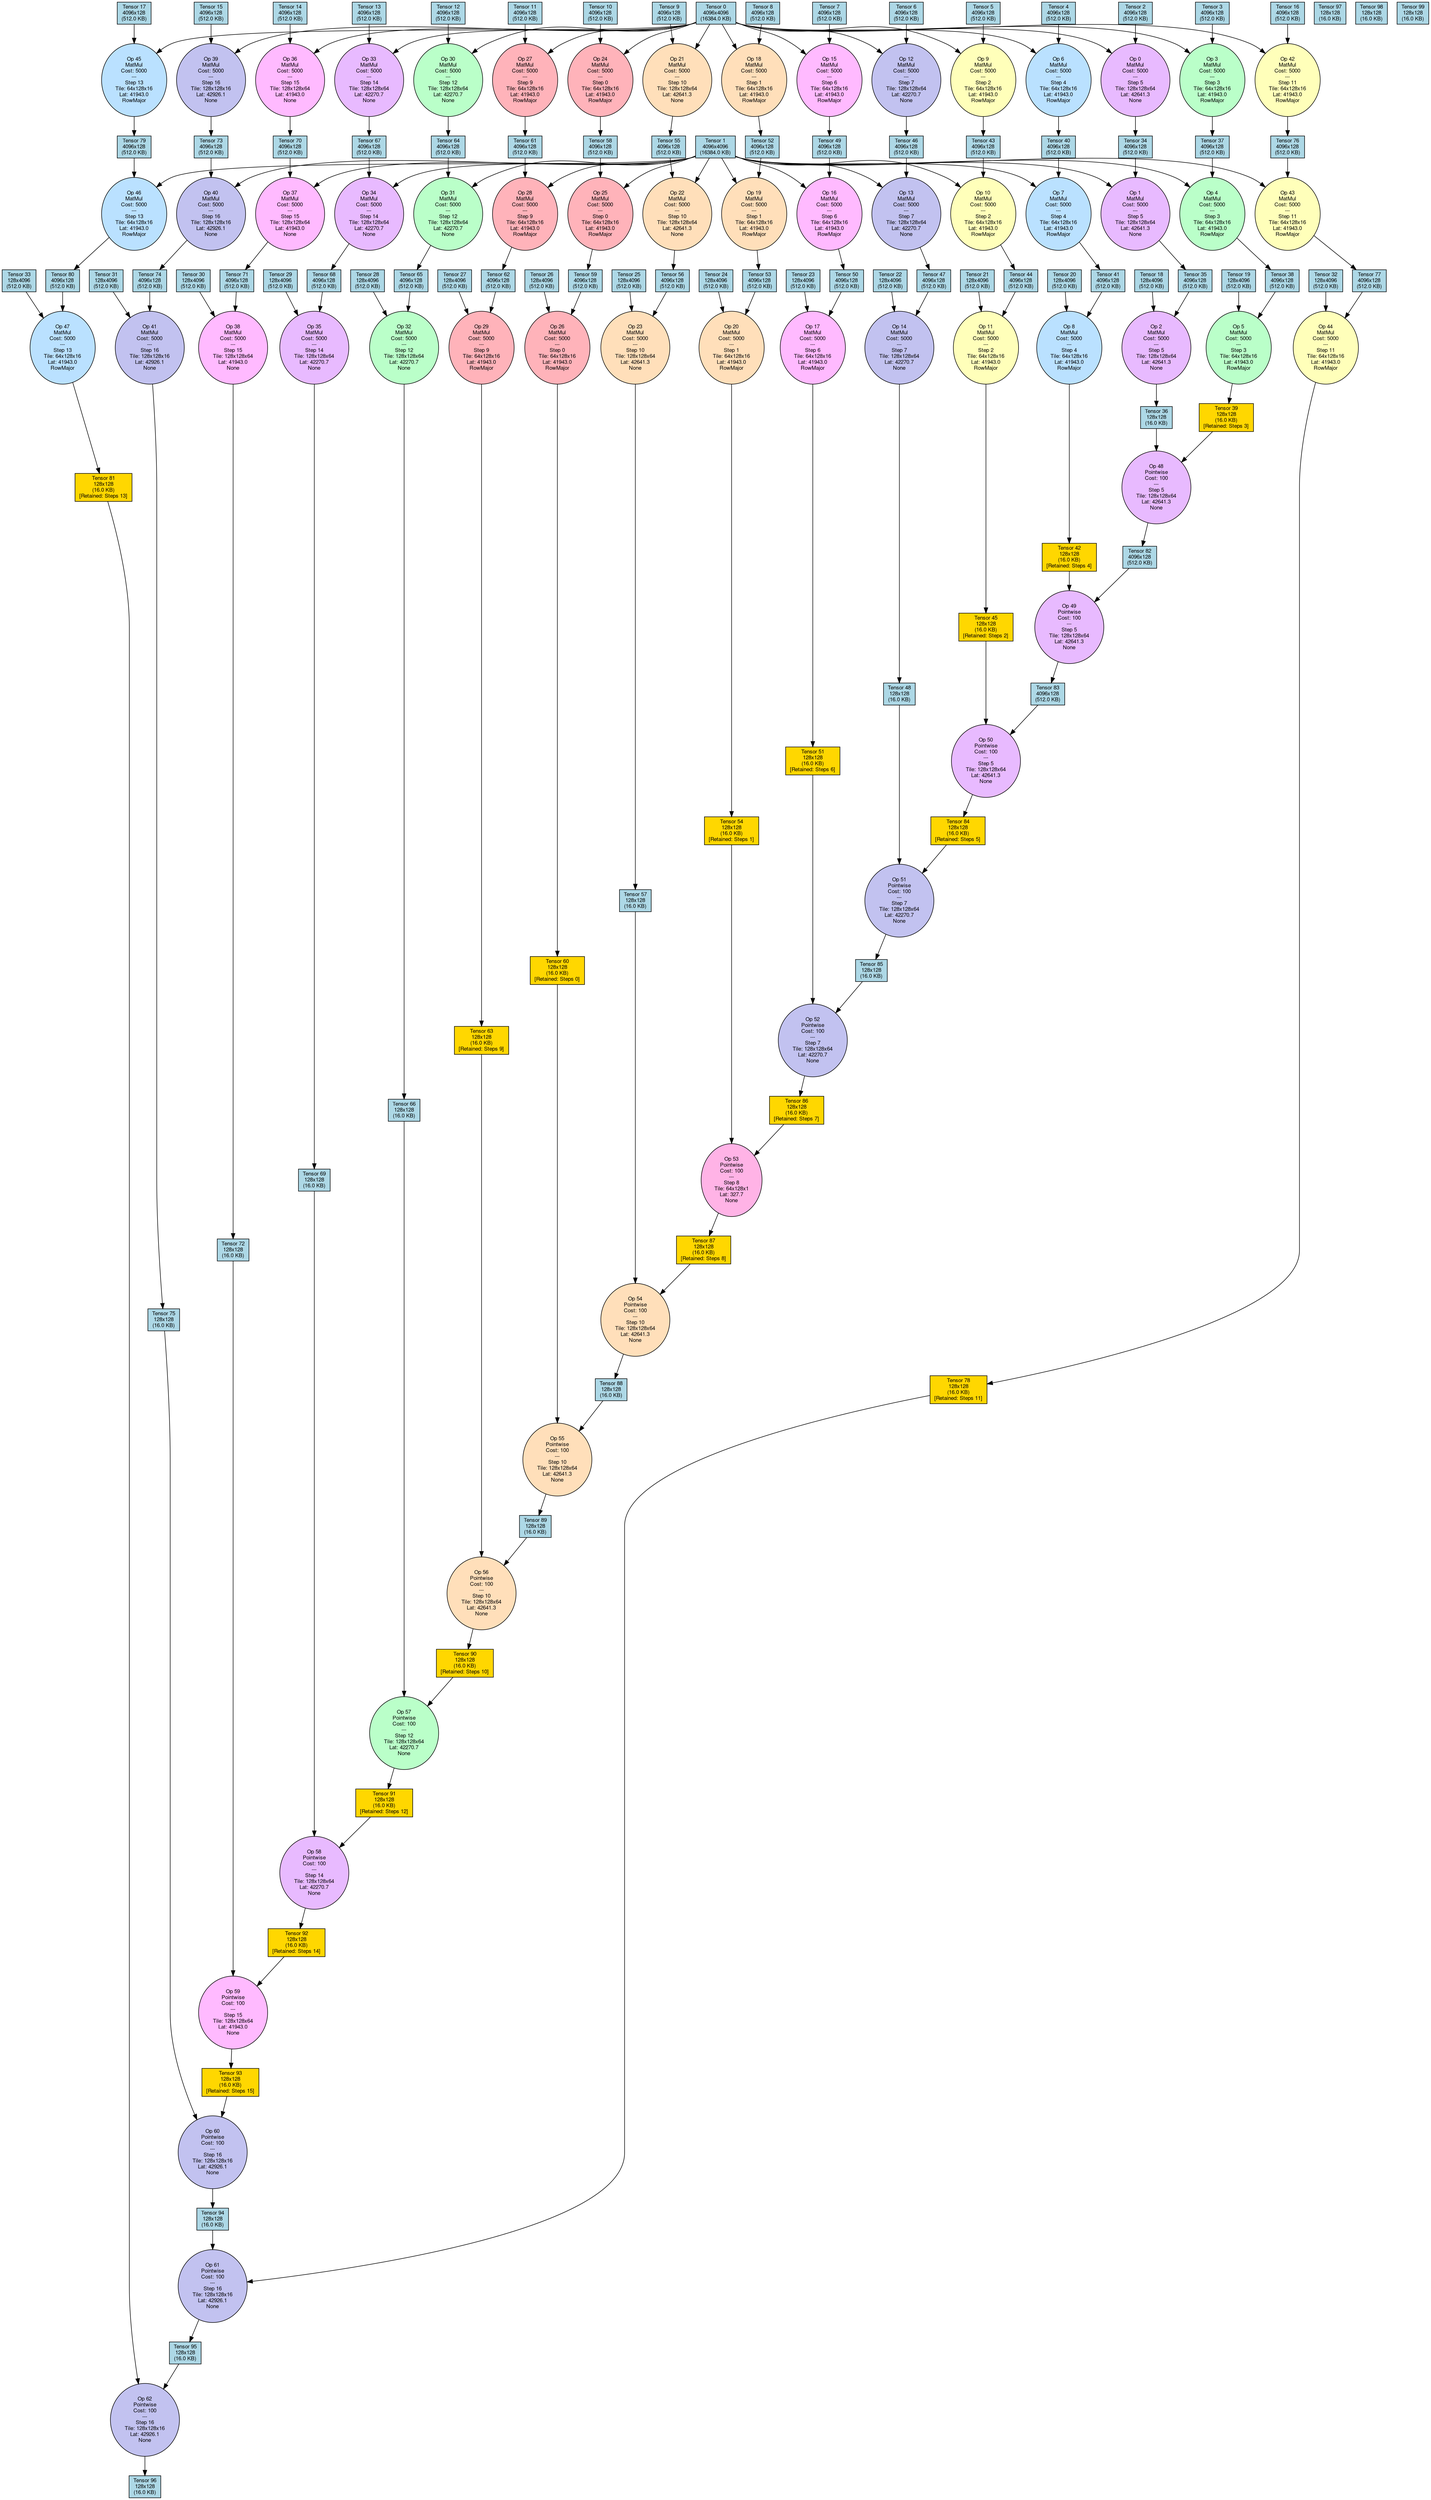
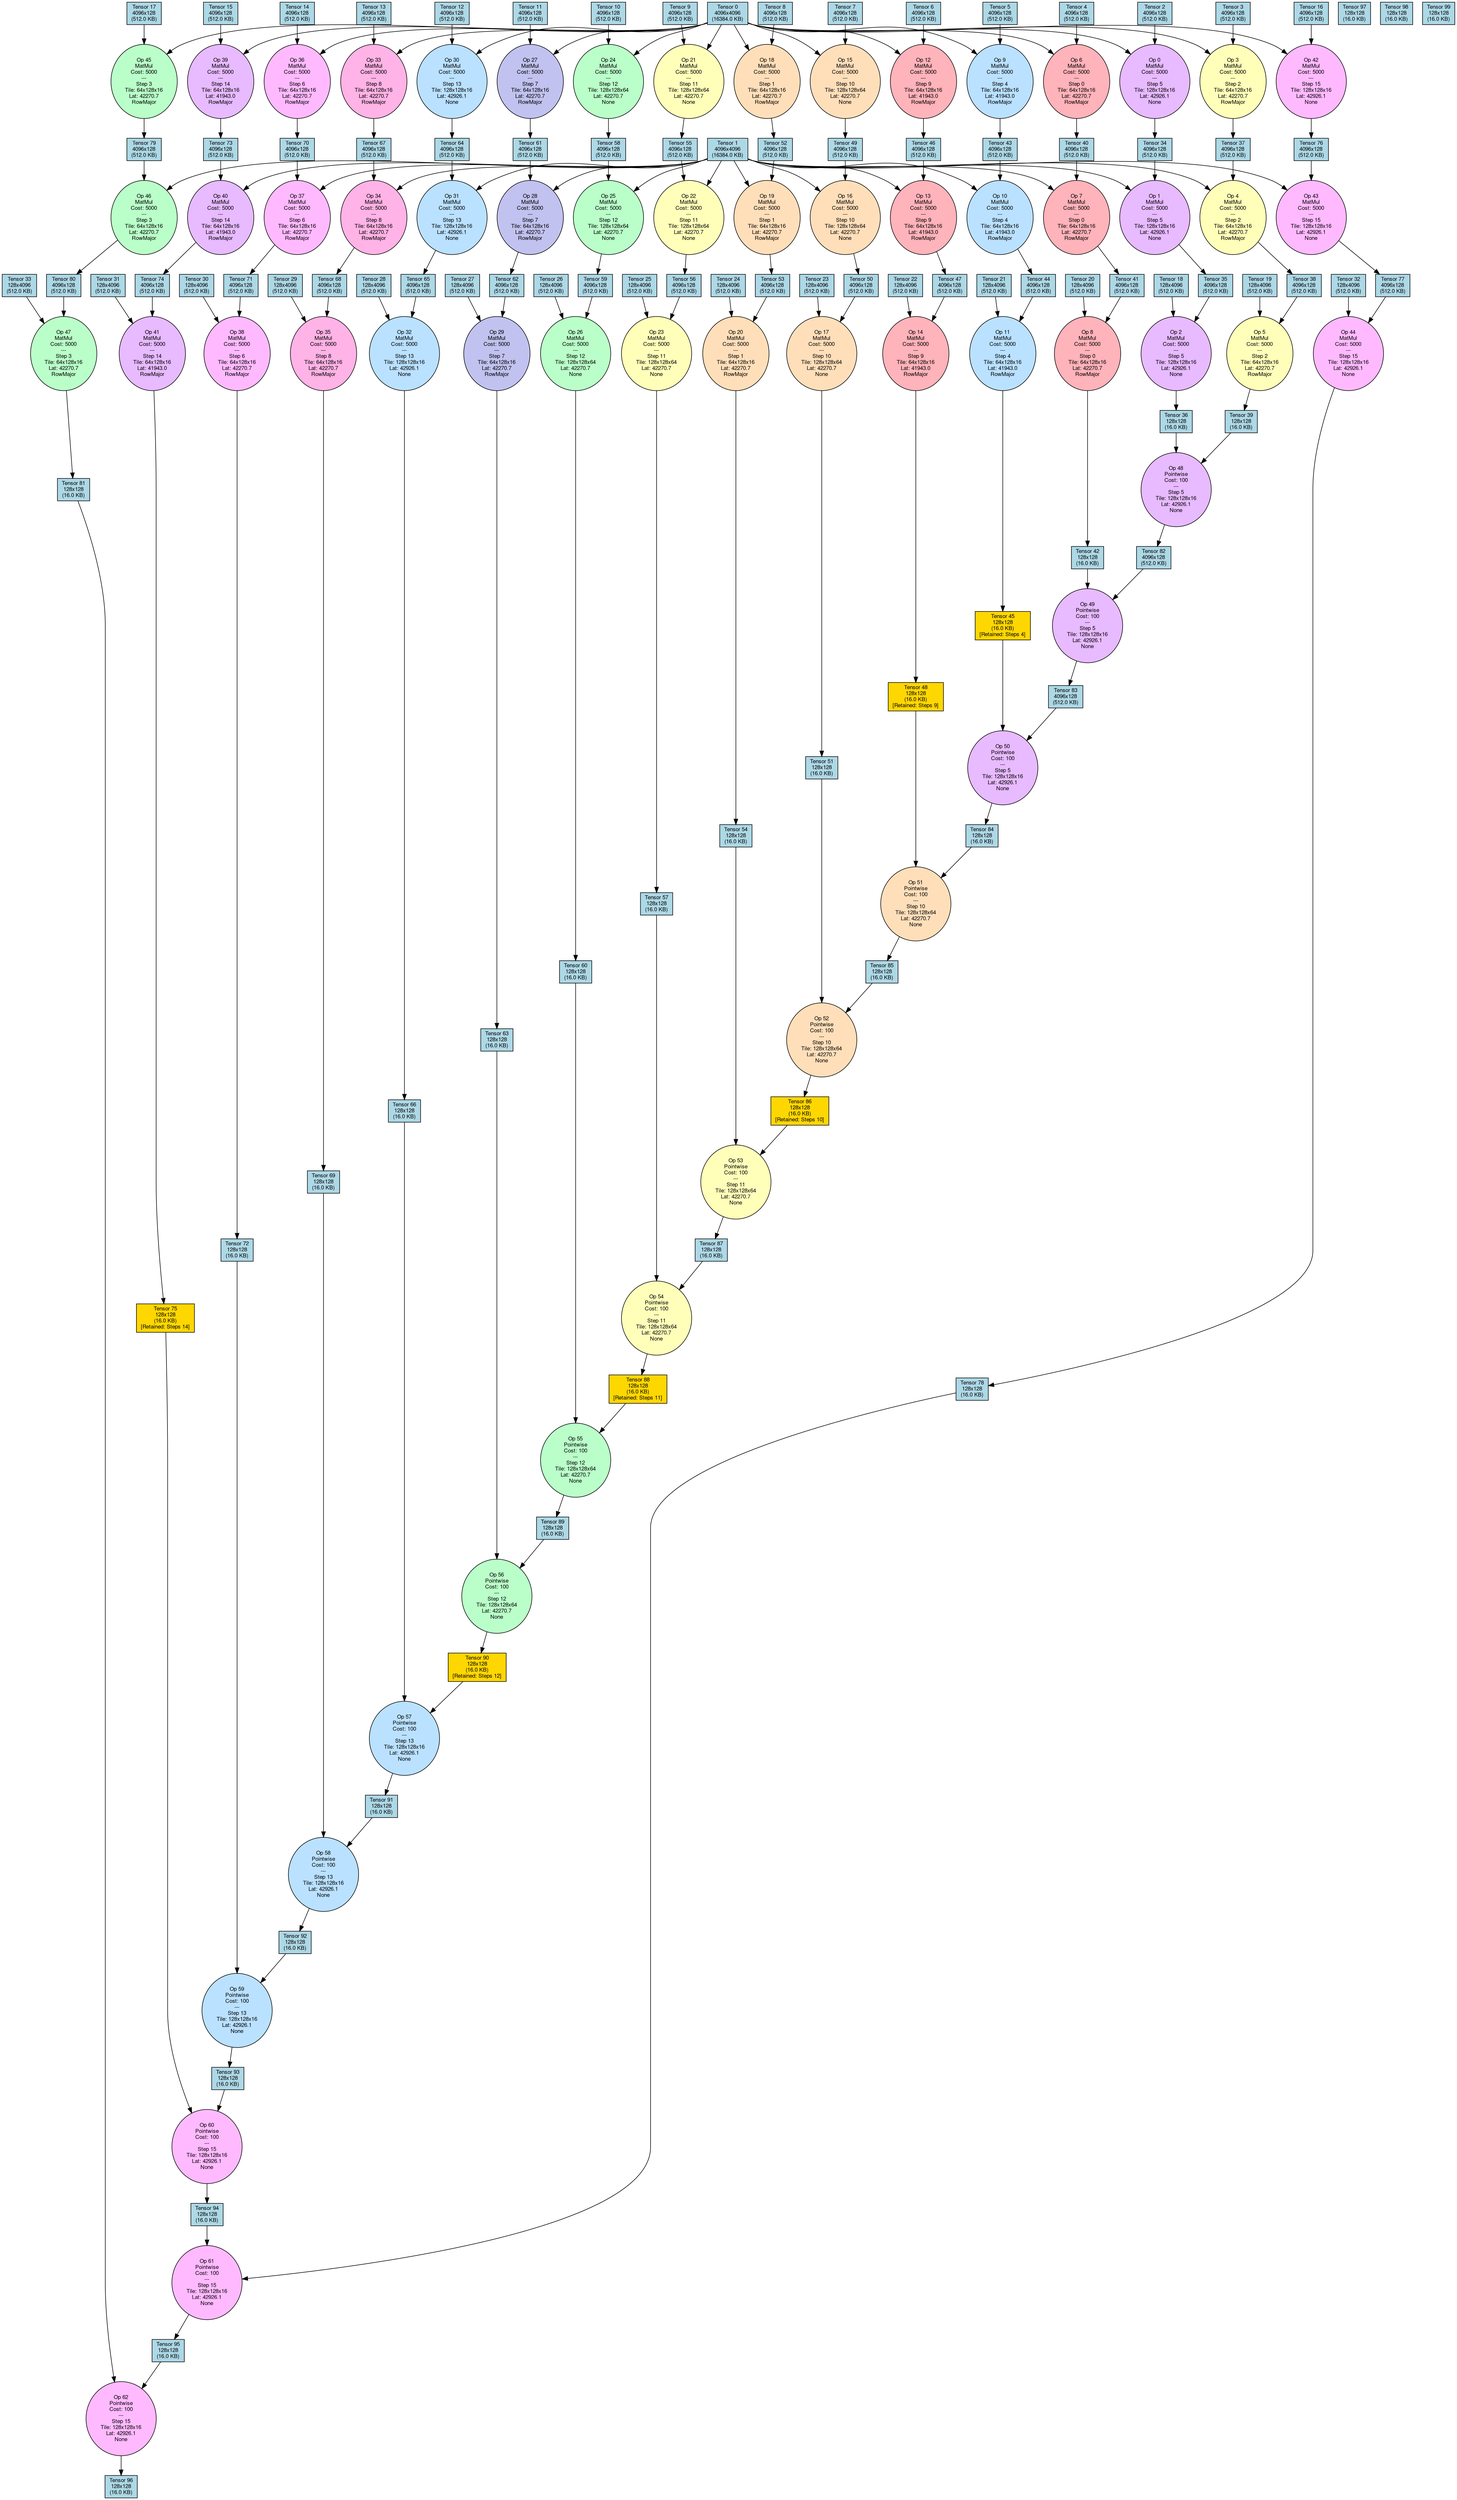
digraph Solution {
    rankdir=TB;
    node [fontname="Helvetica,Arial,sans-serif", fontsize=10];
    edge [fontname="Helvetica,Arial,sans-serif", fontsize=10];

    // --- Tensors ---
    T0 [label="Tensor 0\n4096x4096\n(16384.0 KB)", shape=box, style=filled, fillcolor=lightblue];
    T1 [label="Tensor 1\n4096x4096\n(16384.0 KB)", shape=box, style=filled, fillcolor=lightblue];
    T2 [label="Tensor 2\n4096x128\n(512.0 KB)", shape=box, style=filled, fillcolor=lightblue];
    T3 [label="Tensor 3\n4096x128\n(512.0 KB)", shape=box, style=filled, fillcolor=lightblue];
    T4 [label="Tensor 4\n4096x128\n(512.0 KB)", shape=box, style=filled, fillcolor=lightblue];
    T5 [label="Tensor 5\n4096x128\n(512.0 KB)", shape=box, style=filled, fillcolor=lightblue];
    T6 [label="Tensor 6\n4096x128\n(512.0 KB)", shape=box, style=filled, fillcolor=lightblue];
    T7 [label="Tensor 7\n4096x128\n(512.0 KB)", shape=box, style=filled, fillcolor=lightblue];
    T8 [label="Tensor 8\n4096x128\n(512.0 KB)", shape=box, style=filled, fillcolor=lightblue];
    T9 [label="Tensor 9\n4096x128\n(512.0 KB)", shape=box, style=filled, fillcolor=lightblue];
    T10 [label="Tensor 10\n4096x128\n(512.0 KB)", shape=box, style=filled, fillcolor=lightblue];
    T11 [label="Tensor 11\n4096x128\n(512.0 KB)", shape=box, style=filled, fillcolor=lightblue];
    T12 [label="Tensor 12\n4096x128\n(512.0 KB)", shape=box, style=filled, fillcolor=lightblue];
    T13 [label="Tensor 13\n4096x128\n(512.0 KB)", shape=box, style=filled, fillcolor=lightblue];
    T14 [label="Tensor 14\n4096x128\n(512.0 KB)", shape=box, style=filled, fillcolor=lightblue];
    T15 [label="Tensor 15\n4096x128\n(512.0 KB)", shape=box, style=filled, fillcolor=lightblue];
    T16 [label="Tensor 16\n4096x128\n(512.0 KB)", shape=box, style=filled, fillcolor=lightblue];
    T17 [label="Tensor 17\n4096x128\n(512.0 KB)", shape=box, style=filled, fillcolor=lightblue];
    T18 [label="Tensor 18\n128x4096\n(512.0 KB)", shape=box, style=filled, fillcolor=lightblue];
    T19 [label="Tensor 19\n128x4096\n(512.0 KB)", shape=box, style=filled, fillcolor=lightblue];
    T20 [label="Tensor 20\n128x4096\n(512.0 KB)", shape=box, style=filled, fillcolor=lightblue];
    T21 [label="Tensor 21\n128x4096\n(512.0 KB)", shape=box, style=filled, fillcolor=lightblue];
    T22 [label="Tensor 22\n128x4096\n(512.0 KB)", shape=box, style=filled, fillcolor=lightblue];
    T23 [label="Tensor 23\n128x4096\n(512.0 KB)", shape=box, style=filled, fillcolor=lightblue];
    T24 [label="Tensor 24\n128x4096\n(512.0 KB)", shape=box, style=filled, fillcolor=lightblue];
    T25 [label="Tensor 25\n128x4096\n(512.0 KB)", shape=box, style=filled, fillcolor=lightblue];
    T26 [label="Tensor 26\n128x4096\n(512.0 KB)", shape=box, style=filled, fillcolor=lightblue];
    T27 [label="Tensor 27\n128x4096\n(512.0 KB)", shape=box, style=filled, fillcolor=lightblue];
    T28 [label="Tensor 28\n128x4096\n(512.0 KB)", shape=box, style=filled, fillcolor=lightblue];
    T29 [label="Tensor 29\n128x4096\n(512.0 KB)", shape=box, style=filled, fillcolor=lightblue];
    T30 [label="Tensor 30\n128x4096\n(512.0 KB)", shape=box, style=filled, fillcolor=lightblue];
    T31 [label="Tensor 31\n128x4096\n(512.0 KB)", shape=box, style=filled, fillcolor=lightblue];
    T32 [label="Tensor 32\n128x4096\n(512.0 KB)", shape=box, style=filled, fillcolor=lightblue];
    T33 [label="Tensor 33\n128x4096\n(512.0 KB)", shape=box, style=filled, fillcolor=lightblue];
    T34 [label="Tensor 34\n4096x128\n(512.0 KB)", shape=box, style=filled, fillcolor=lightblue];
    T35 [label="Tensor 35\n4096x128\n(512.0 KB)", shape=box, style=filled, fillcolor=lightblue];
    T36 [label="Tensor 36\n128x128\n(16.0 KB)", shape=box, style=filled, fillcolor=lightblue];
    T37 [label="Tensor 37\n4096x128\n(512.0 KB)", shape=box, style=filled, fillcolor=lightblue];
    T38 [label="Tensor 38\n4096x128\n(512.0 KB)", shape=box, style=filled, fillcolor=lightblue];
-     T39 [label="Tensor 39\n128x128\n(16.0 KB)\n[Retained: Steps 3]", shape=box, style=filled, fillcolor=gold];
+     T39 [label="Tensor 39\n128x128\n(16.0 KB)", shape=box, style=filled, fillcolor=lightblue];
    T40 [label="Tensor 40\n4096x128\n(512.0 KB)", shape=box, style=filled, fillcolor=lightblue];
    T41 [label="Tensor 41\n4096x128\n(512.0 KB)", shape=box, style=filled, fillcolor=lightblue];
-     T42 [label="Tensor 42\n128x128\n(16.0 KB)\n[Retained: Steps 4]", shape=box, style=filled, fillcolor=gold];
+     T42 [label="Tensor 42\n128x128\n(16.0 KB)", shape=box, style=filled, fillcolor=lightblue];
    T43 [label="Tensor 43\n4096x128\n(512.0 KB)", shape=box, style=filled, fillcolor=lightblue];
    T44 [label="Tensor 44\n4096x128\n(512.0 KB)", shape=box, style=filled, fillcolor=lightblue];
-     T45 [label="Tensor 45\n128x128\n(16.0 KB)\n[Retained: Steps 2]", shape=box, style=filled, fillcolor=gold];
+     T45 [label="Tensor 45\n128x128\n(16.0 KB)\n[Retained: Steps 4]", shape=box, style=filled, fillcolor=gold];
    T46 [label="Tensor 46\n4096x128\n(512.0 KB)", shape=box, style=filled, fillcolor=lightblue];
    T47 [label="Tensor 47\n4096x128\n(512.0 KB)", shape=box, style=filled, fillcolor=lightblue];
-     T48 [label="Tensor 48\n128x128\n(16.0 KB)", shape=box, style=filled, fillcolor=lightblue];
+     T48 [label="Tensor 48\n128x128\n(16.0 KB)\n[Retained: Steps 9]", shape=box, style=filled, fillcolor=gold];
    T49 [label="Tensor 49\n4096x128\n(512.0 KB)", shape=box, style=filled, fillcolor=lightblue];
    T50 [label="Tensor 50\n4096x128\n(512.0 KB)", shape=box, style=filled, fillcolor=lightblue];
-     T51 [label="Tensor 51\n128x128\n(16.0 KB)\n[Retained: Steps 6]", shape=box, style=filled, fillcolor=gold];
+     T51 [label="Tensor 51\n128x128\n(16.0 KB)", shape=box, style=filled, fillcolor=lightblue];
    T52 [label="Tensor 52\n4096x128\n(512.0 KB)", shape=box, style=filled, fillcolor=lightblue];
    T53 [label="Tensor 53\n4096x128\n(512.0 KB)", shape=box, style=filled, fillcolor=lightblue];
-     T54 [label="Tensor 54\n128x128\n(16.0 KB)\n[Retained: Steps 1]", shape=box, style=filled, fillcolor=gold];
+     T54 [label="Tensor 54\n128x128\n(16.0 KB)", shape=box, style=filled, fillcolor=lightblue];
    T55 [label="Tensor 55\n4096x128\n(512.0 KB)", shape=box, style=filled, fillcolor=lightblue];
    T56 [label="Tensor 56\n4096x128\n(512.0 KB)", shape=box, style=filled, fillcolor=lightblue];
    T57 [label="Tensor 57\n128x128\n(16.0 KB)", shape=box, style=filled, fillcolor=lightblue];
    T58 [label="Tensor 58\n4096x128\n(512.0 KB)", shape=box, style=filled, fillcolor=lightblue];
    T59 [label="Tensor 59\n4096x128\n(512.0 KB)", shape=box, style=filled, fillcolor=lightblue];
-     T60 [label="Tensor 60\n128x128\n(16.0 KB)\n[Retained: Steps 0]", shape=box, style=filled, fillcolor=gold];
+     T60 [label="Tensor 60\n128x128\n(16.0 KB)", shape=box, style=filled, fillcolor=lightblue];
    T61 [label="Tensor 61\n4096x128\n(512.0 KB)", shape=box, style=filled, fillcolor=lightblue];
    T62 [label="Tensor 62\n4096x128\n(512.0 KB)", shape=box, style=filled, fillcolor=lightblue];
-     T63 [label="Tensor 63\n128x128\n(16.0 KB)\n[Retained: Steps 9]", shape=box, style=filled, fillcolor=gold];
+     T63 [label="Tensor 63\n128x128\n(16.0 KB)", shape=box, style=filled, fillcolor=lightblue];
    T64 [label="Tensor 64\n4096x128\n(512.0 KB)", shape=box, style=filled, fillcolor=lightblue];
    T65 [label="Tensor 65\n4096x128\n(512.0 KB)", shape=box, style=filled, fillcolor=lightblue];
    T66 [label="Tensor 66\n128x128\n(16.0 KB)", shape=box, style=filled, fillcolor=lightblue];
    T67 [label="Tensor 67\n4096x128\n(512.0 KB)", shape=box, style=filled, fillcolor=lightblue];
    T68 [label="Tensor 68\n4096x128\n(512.0 KB)", shape=box, style=filled, fillcolor=lightblue];
    T69 [label="Tensor 69\n128x128\n(16.0 KB)", shape=box, style=filled, fillcolor=lightblue];
    T70 [label="Tensor 70\n4096x128\n(512.0 KB)", shape=box, style=filled, fillcolor=lightblue];
    T71 [label="Tensor 71\n4096x128\n(512.0 KB)", shape=box, style=filled, fillcolor=lightblue];
    T72 [label="Tensor 72\n128x128\n(16.0 KB)", shape=box, style=filled, fillcolor=lightblue];
    T73 [label="Tensor 73\n4096x128\n(512.0 KB)", shape=box, style=filled, fillcolor=lightblue];
    T74 [label="Tensor 74\n4096x128\n(512.0 KB)", shape=box, style=filled, fillcolor=lightblue];
-     T75 [label="Tensor 75\n128x128\n(16.0 KB)", shape=box, style=filled, fillcolor=lightblue];
+     T75 [label="Tensor 75\n128x128\n(16.0 KB)\n[Retained: Steps 14]", shape=box, style=filled, fillcolor=gold];
    T76 [label="Tensor 76\n4096x128\n(512.0 KB)", shape=box, style=filled, fillcolor=lightblue];
    T77 [label="Tensor 77\n4096x128\n(512.0 KB)", shape=box, style=filled, fillcolor=lightblue];
-     T78 [label="Tensor 78\n128x128\n(16.0 KB)\n[Retained: Steps 11]", shape=box, style=filled, fillcolor=gold];
+     T78 [label="Tensor 78\n128x128\n(16.0 KB)", shape=box, style=filled, fillcolor=lightblue];
    T79 [label="Tensor 79\n4096x128\n(512.0 KB)", shape=box, style=filled, fillcolor=lightblue];
    T80 [label="Tensor 80\n4096x128\n(512.0 KB)", shape=box, style=filled, fillcolor=lightblue];
-     T81 [label="Tensor 81\n128x128\n(16.0 KB)\n[Retained: Steps 13]", shape=box, style=filled, fillcolor=gold];
+     T81 [label="Tensor 81\n128x128\n(16.0 KB)", shape=box, style=filled, fillcolor=lightblue];
    T82 [label="Tensor 82\n4096x128\n(512.0 KB)", shape=box, style=filled, fillcolor=lightblue];
    T83 [label="Tensor 83\n4096x128\n(512.0 KB)", shape=box, style=filled, fillcolor=lightblue];
-     T84 [label="Tensor 84\n128x128\n(16.0 KB)\n[Retained: Steps 5]", shape=box, style=filled, fillcolor=gold];
+     T84 [label="Tensor 84\n128x128\n(16.0 KB)", shape=box, style=filled, fillcolor=lightblue];
    T85 [label="Tensor 85\n128x128\n(16.0 KB)", shape=box, style=filled, fillcolor=lightblue];
-     T86 [label="Tensor 86\n128x128\n(16.0 KB)\n[Retained: Steps 7]", shape=box, style=filled, fillcolor=gold];
-     T87 [label="Tensor 87\n128x128\n(16.0 KB)\n[Retained: Steps 8]", shape=box, style=filled, fillcolor=gold];
-     T88 [label="Tensor 88\n128x128\n(16.0 KB)", shape=box, style=filled, fillcolor=lightblue];
+     T86 [label="Tensor 86\n128x128\n(16.0 KB)\n[Retained: Steps 10]", shape=box, style=filled, fillcolor=gold];
+     T87 [label="Tensor 87\n128x128\n(16.0 KB)", shape=box, style=filled, fillcolor=lightblue];
+     T88 [label="Tensor 88\n128x128\n(16.0 KB)\n[Retained: Steps 11]", shape=box, style=filled, fillcolor=gold];
    T89 [label="Tensor 89\n128x128\n(16.0 KB)", shape=box, style=filled, fillcolor=lightblue];
-     T90 [label="Tensor 90\n128x128\n(16.0 KB)\n[Retained: Steps 10]", shape=box, style=filled, fillcolor=gold];
-     T91 [label="Tensor 91\n128x128\n(16.0 KB)\n[Retained: Steps 12]", shape=box, style=filled, fillcolor=gold];
-     T92 [label="Tensor 92\n128x128\n(16.0 KB)\n[Retained: Steps 14]", shape=box, style=filled, fillcolor=gold];
-     T93 [label="Tensor 93\n128x128\n(16.0 KB)\n[Retained: Steps 15]", shape=box, style=filled, fillcolor=gold];
+     T90 [label="Tensor 90\n128x128\n(16.0 KB)\n[Retained: Steps 12]", shape=box, style=filled, fillcolor=gold];
+     T91 [label="Tensor 91\n128x128\n(16.0 KB)", shape=box, style=filled, fillcolor=lightblue];
+     T92 [label="Tensor 92\n128x128\n(16.0 KB)", shape=box, style=filled, fillcolor=lightblue];
+     T93 [label="Tensor 93\n128x128\n(16.0 KB)", shape=box, style=filled, fillcolor=lightblue];
    T94 [label="Tensor 94\n128x128\n(16.0 KB)", shape=box, style=filled, fillcolor=lightblue];
    T95 [label="Tensor 95\n128x128\n(16.0 KB)", shape=box, style=filled, fillcolor=lightblue];
    T96 [label="Tensor 96\n128x128\n(16.0 KB)", shape=box, style=filled, fillcolor=lightblue];
    T97 [label="Tensor 97\n128x128\n(16.0 KB)", shape=box, style=filled, fillcolor=lightblue];
    T98 [label="Tensor 98\n128x128\n(16.0 KB)", shape=box, style=filled, fillcolor=lightblue];
    T99 [label="Tensor 99\n128x128\n(16.0 KB)", shape=box, style=filled, fillcolor=lightblue];

    // --- Operations ---
-     Op0 [label="Op 0\nMatMul\nCost: 5000\n---\nStep 5\nTile: 128x128x64\nLat: 42641.3\nNone", shape=ellipse, style=filled, fillcolor="#e8baff"];
-     Op1 [label="Op 1\nMatMul\nCost: 5000\n---\nStep 5\nTile: 128x128x64\nLat: 42641.3\nNone", shape=ellipse, style=filled, fillcolor="#e8baff"];
-     Op2 [label="Op 2\nMatMul\nCost: 5000\n---\nStep 5\nTile: 128x128x64\nLat: 42641.3\nNone", shape=ellipse, style=filled, fillcolor="#e8baff"];
-     Op3 [label="Op 3\nMatMul\nCost: 5000\n---\nStep 3\nTile: 64x128x16\nLat: 41943.0\nRowMajor", shape=ellipse, style=filled, fillcolor="#baffc9"];
-     Op4 [label="Op 4\nMatMul\nCost: 5000\n---\nStep 3\nTile: 64x128x16\nLat: 41943.0\nRowMajor", shape=ellipse, style=filled, fillcolor="#baffc9"];
-     Op5 [label="Op 5\nMatMul\nCost: 5000\n---\nStep 3\nTile: 64x128x16\nLat: 41943.0\nRowMajor", shape=ellipse, style=filled, fillcolor="#baffc9"];
-     Op6 [label="Op 6\nMatMul\nCost: 5000\n---\nStep 4\nTile: 64x128x16\nLat: 41943.0\nRowMajor", shape=ellipse, style=filled, fillcolor="#bae1ff"];
-     Op7 [label="Op 7\nMatMul\nCost: 5000\n---\nStep 4\nTile: 64x128x16\nLat: 41943.0\nRowMajor", shape=ellipse, style=filled, fillcolor="#bae1ff"];
-     Op8 [label="Op 8\nMatMul\nCost: 5000\n---\nStep 4\nTile: 64x128x16\nLat: 41943.0\nRowMajor", shape=ellipse, style=filled, fillcolor="#bae1ff"];
-     Op9 [label="Op 9\nMatMul\nCost: 5000\n---\nStep 2\nTile: 64x128x16\nLat: 41943.0\nRowMajor", shape=ellipse, style=filled, fillcolor="#ffffba"];
-     Op10 [label="Op 10\nMatMul\nCost: 5000\n---\nStep 2\nTile: 64x128x16\nLat: 41943.0\nRowMajor", shape=ellipse, style=filled, fillcolor="#ffffba"];
-     Op11 [label="Op 11\nMatMul\nCost: 5000\n---\nStep 2\nTile: 64x128x16\nLat: 41943.0\nRowMajor", shape=ellipse, style=filled, fillcolor="#ffffba"];
-     Op12 [label="Op 12\nMatMul\nCost: 5000\n---\nStep 7\nTile: 128x128x64\nLat: 42270.7\nNone", shape=ellipse, style=filled, fillcolor="#c2c2f0"];
-     Op13 [label="Op 13\nMatMul\nCost: 5000\n---\nStep 7\nTile: 128x128x64\nLat: 42270.7\nNone", shape=ellipse, style=filled, fillcolor="#c2c2f0"];
-     Op14 [label="Op 14\nMatMul\nCost: 5000\n---\nStep 7\nTile: 128x128x64\nLat: 42270.7\nNone", shape=ellipse, style=filled, fillcolor="#c2c2f0"];
-     Op15 [label="Op 15\nMatMul\nCost: 5000\n---\nStep 6\nTile: 64x128x16\nLat: 41943.0\nRowMajor", shape=ellipse, style=filled, fillcolor="#ffbaff"];
-     Op16 [label="Op 16\nMatMul\nCost: 5000\n---\nStep 6\nTile: 64x128x16\nLat: 41943.0\nRowMajor", shape=ellipse, style=filled, fillcolor="#ffbaff"];
-     Op17 [label="Op 17\nMatMul\nCost: 5000\n---\nStep 6\nTile: 64x128x16\nLat: 41943.0\nRowMajor", shape=ellipse, style=filled, fillcolor="#ffbaff"];
-     Op18 [label="Op 18\nMatMul\nCost: 5000\n---\nStep 1\nTile: 64x128x16\nLat: 41943.0\nRowMajor", shape=ellipse, style=filled, fillcolor="#ffdfba"];
-     Op19 [label="Op 19\nMatMul\nCost: 5000\n---\nStep 1\nTile: 64x128x16\nLat: 41943.0\nRowMajor", shape=ellipse, style=filled, fillcolor="#ffdfba"];
-     Op20 [label="Op 20\nMatMul\nCost: 5000\n---\nStep 1\nTile: 64x128x16\nLat: 41943.0\nRowMajor", shape=ellipse, style=filled, fillcolor="#ffdfba"];
-     Op21 [label="Op 21\nMatMul\nCost: 5000\n---\nStep 10\nTile: 128x128x64\nLat: 42641.3\nNone", shape=ellipse, style=filled, fillcolor="#ffdfba"];
-     Op22 [label="Op 22\nMatMul\nCost: 5000\n---\nStep 10\nTile: 128x128x64\nLat: 42641.3\nNone", shape=ellipse, style=filled, fillcolor="#ffdfba"];
-     Op23 [label="Op 23\nMatMul\nCost: 5000\n---\nStep 10\nTile: 128x128x64\nLat: 42641.3\nNone", shape=ellipse, style=filled, fillcolor="#ffdfba"];
-     Op24 [label="Op 24\nMatMul\nCost: 5000\n---\nStep 0\nTile: 64x128x16\nLat: 41943.0\nRowMajor", shape=ellipse, style=filled, fillcolor="#ffb3ba"];
-     Op25 [label="Op 25\nMatMul\nCost: 5000\n---\nStep 0\nTile: 64x128x16\nLat: 41943.0\nRowMajor", shape=ellipse, style=filled, fillcolor="#ffb3ba"];
-     Op26 [label="Op 26\nMatMul\nCost: 5000\n---\nStep 0\nTile: 64x128x16\nLat: 41943.0\nRowMajor", shape=ellipse, style=filled, fillcolor="#ffb3ba"];
-     Op27 [label="Op 27\nMatMul\nCost: 5000\n---\nStep 9\nTile: 64x128x16\nLat: 41943.0\nRowMajor", shape=ellipse, style=filled, fillcolor="#ffb3ba"];
-     Op28 [label="Op 28\nMatMul\nCost: 5000\n---\nStep 9\nTile: 64x128x16\nLat: 41943.0\nRowMajor", shape=ellipse, style=filled, fillcolor="#ffb3ba"];
-     Op29 [label="Op 29\nMatMul\nCost: 5000\n---\nStep 9\nTile: 64x128x16\nLat: 41943.0\nRowMajor", shape=ellipse, style=filled, fillcolor="#ffb3ba"];
-     Op30 [label="Op 30\nMatMul\nCost: 5000\n---\nStep 12\nTile: 128x128x64\nLat: 42270.7\nNone", shape=ellipse, style=filled, fillcolor="#baffc9"];
-     Op31 [label="Op 31\nMatMul\nCost: 5000\n---\nStep 12\nTile: 128x128x64\nLat: 42270.7\nNone", shape=ellipse, style=filled, fillcolor="#baffc9"];
-     Op32 [label="Op 32\nMatMul\nCost: 5000\n---\nStep 12\nTile: 128x128x64\nLat: 42270.7\nNone", shape=ellipse, style=filled, fillcolor="#baffc9"];
-     Op33 [label="Op 33\nMatMul\nCost: 5000\n---\nStep 14\nTile: 128x128x64\nLat: 42270.7\nNone", shape=ellipse, style=filled, fillcolor="#e8baff"];
-     Op34 [label="Op 34\nMatMul\nCost: 5000\n---\nStep 14\nTile: 128x128x64\nLat: 42270.7\nNone", shape=ellipse, style=filled, fillcolor="#e8baff"];
-     Op35 [label="Op 35\nMatMul\nCost: 5000\n---\nStep 14\nTile: 128x128x64\nLat: 42270.7\nNone", shape=ellipse, style=filled, fillcolor="#e8baff"];
-     Op36 [label="Op 36\nMatMul\nCost: 5000\n---\nStep 15\nTile: 128x128x64\nLat: 41943.0\nNone", shape=ellipse, style=filled, fillcolor="#ffbaff"];
-     Op37 [label="Op 37\nMatMul\nCost: 5000\n---\nStep 15\nTile: 128x128x64\nLat: 41943.0\nNone", shape=ellipse, style=filled, fillcolor="#ffbaff"];
-     Op38 [label="Op 38\nMatMul\nCost: 5000\n---\nStep 15\nTile: 128x128x64\nLat: 41943.0\nNone", shape=ellipse, style=filled, fillcolor="#ffbaff"];
-     Op39 [label="Op 39\nMatMul\nCost: 5000\n---\nStep 16\nTile: 128x128x16\nLat: 42926.1\nNone", shape=ellipse, style=filled, fillcolor="#c2c2f0"];
-     Op40 [label="Op 40\nMatMul\nCost: 5000\n---\nStep 16\nTile: 128x128x16\nLat: 42926.1\nNone", shape=ellipse, style=filled, fillcolor="#c2c2f0"];
-     Op41 [label="Op 41\nMatMul\nCost: 5000\n---\nStep 16\nTile: 128x128x16\nLat: 42926.1\nNone", shape=ellipse, style=filled, fillcolor="#c2c2f0"];
-     Op42 [label="Op 42\nMatMul\nCost: 5000\n---\nStep 11\nTile: 64x128x16\nLat: 41943.0\nRowMajor", shape=ellipse, style=filled, fillcolor="#ffffba"];
-     Op43 [label="Op 43\nMatMul\nCost: 5000\n---\nStep 11\nTile: 64x128x16\nLat: 41943.0\nRowMajor", shape=ellipse, style=filled, fillcolor="#ffffba"];
-     Op44 [label="Op 44\nMatMul\nCost: 5000\n---\nStep 11\nTile: 64x128x16\nLat: 41943.0\nRowMajor", shape=ellipse, style=filled, fillcolor="#ffffba"];
-     Op45 [label="Op 45\nMatMul\nCost: 5000\n---\nStep 13\nTile: 64x128x16\nLat: 41943.0\nRowMajor", shape=ellipse, style=filled, fillcolor="#bae1ff"];
-     Op46 [label="Op 46\nMatMul\nCost: 5000\n---\nStep 13\nTile: 64x128x16\nLat: 41943.0\nRowMajor", shape=ellipse, style=filled, fillcolor="#bae1ff"];
-     Op47 [label="Op 47\nMatMul\nCost: 5000\n---\nStep 13\nTile: 64x128x16\nLat: 41943.0\nRowMajor", shape=ellipse, style=filled, fillcolor="#bae1ff"];
-     Op48 [label="Op 48\nPointwise\nCost: 100\n---\nStep 5\nTile: 128x128x64\nLat: 42641.3\nNone", shape=ellipse, style=filled, fillcolor="#e8baff"];
-     Op49 [label="Op 49\nPointwise\nCost: 100\n---\nStep 5\nTile: 128x128x64\nLat: 42641.3\nNone", shape=ellipse, style=filled, fillcolor="#e8baff"];
-     Op50 [label="Op 50\nPointwise\nCost: 100\n---\nStep 5\nTile: 128x128x64\nLat: 42641.3\nNone", shape=ellipse, style=filled, fillcolor="#e8baff"];
-     Op51 [label="Op 51\nPointwise\nCost: 100\n---\nStep 7\nTile: 128x128x64\nLat: 42270.7\nNone", shape=ellipse, style=filled, fillcolor="#c2c2f0"];
-     Op52 [label="Op 52\nPointwise\nCost: 100\n---\nStep 7\nTile: 128x128x64\nLat: 42270.7\nNone", shape=ellipse, style=filled, fillcolor="#c2c2f0"];
-     Op53 [label="Op 53\nPointwise\nCost: 100\n---\nStep 8\nTile: 64x128x1\nLat: 327.7\nNone", shape=ellipse, style=filled, fillcolor="#ffb3e6"];
-     Op54 [label="Op 54\nPointwise\nCost: 100\n---\nStep 10\nTile: 128x128x64\nLat: 42641.3\nNone", shape=ellipse, style=filled, fillcolor="#ffdfba"];
-     Op55 [label="Op 55\nPointwise\nCost: 100\n---\nStep 10\nTile: 128x128x64\nLat: 42641.3\nNone", shape=ellipse, style=filled, fillcolor="#ffdfba"];
-     Op56 [label="Op 56\nPointwise\nCost: 100\n---\nStep 10\nTile: 128x128x64\nLat: 42641.3\nNone", shape=ellipse, style=filled, fillcolor="#ffdfba"];
-     Op57 [label="Op 57\nPointwise\nCost: 100\n---\nStep 12\nTile: 128x128x64\nLat: 42270.7\nNone", shape=ellipse, style=filled, fillcolor="#baffc9"];
-     Op58 [label="Op 58\nPointwise\nCost: 100\n---\nStep 14\nTile: 128x128x64\nLat: 42270.7\nNone", shape=ellipse, style=filled, fillcolor="#e8baff"];
-     Op59 [label="Op 59\nPointwise\nCost: 100\n---\nStep 15\nTile: 128x128x64\nLat: 41943.0\nNone", shape=ellipse, style=filled, fillcolor="#ffbaff"];
-     Op60 [label="Op 60\nPointwise\nCost: 100\n---\nStep 16\nTile: 128x128x16\nLat: 42926.1\nNone", shape=ellipse, style=filled, fillcolor="#c2c2f0"];
-     Op61 [label="Op 61\nPointwise\nCost: 100\n---\nStep 16\nTile: 128x128x16\nLat: 42926.1\nNone", shape=ellipse, style=filled, fillcolor="#c2c2f0"];
-     Op62 [label="Op 62\nPointwise\nCost: 100\n---\nStep 16\nTile: 128x128x16\nLat: 42926.1\nNone", shape=ellipse, style=filled, fillcolor="#c2c2f0"];
+     Op0 [label="Op 0\nMatMul\nCost: 5000\n---\nStep 5\nTile: 128x128x16\nLat: 42926.1\nNone", shape=ellipse, style=filled, fillcolor="#e8baff"];
+     Op1 [label="Op 1\nMatMul\nCost: 5000\n---\nStep 5\nTile: 128x128x16\nLat: 42926.1\nNone", shape=ellipse, style=filled, fillcolor="#e8baff"];
+     Op2 [label="Op 2\nMatMul\nCost: 5000\n---\nStep 5\nTile: 128x128x16\nLat: 42926.1\nNone", shape=ellipse, style=filled, fillcolor="#e8baff"];
+     Op3 [label="Op 3\nMatMul\nCost: 5000\n---\nStep 2\nTile: 64x128x16\nLat: 42270.7\nRowMajor", shape=ellipse, style=filled, fillcolor="#ffffba"];
+     Op4 [label="Op 4\nMatMul\nCost: 5000\n---\nStep 2\nTile: 64x128x16\nLat: 42270.7\nRowMajor", shape=ellipse, style=filled, fillcolor="#ffffba"];
+     Op5 [label="Op 5\nMatMul\nCost: 5000\n---\nStep 2\nTile: 64x128x16\nLat: 42270.7\nRowMajor", shape=ellipse, style=filled, fillcolor="#ffffba"];
+     Op6 [label="Op 6\nMatMul\nCost: 5000\n---\nStep 0\nTile: 64x128x16\nLat: 42270.7\nRowMajor", shape=ellipse, style=filled, fillcolor="#ffb3ba"];
+     Op7 [label="Op 7\nMatMul\nCost: 5000\n---\nStep 0\nTile: 64x128x16\nLat: 42270.7\nRowMajor", shape=ellipse, style=filled, fillcolor="#ffb3ba"];
+     Op8 [label="Op 8\nMatMul\nCost: 5000\n---\nStep 0\nTile: 64x128x16\nLat: 42270.7\nRowMajor", shape=ellipse, style=filled, fillcolor="#ffb3ba"];
+     Op9 [label="Op 9\nMatMul\nCost: 5000\n---\nStep 4\nTile: 64x128x16\nLat: 41943.0\nRowMajor", shape=ellipse, style=filled, fillcolor="#bae1ff"];
+     Op10 [label="Op 10\nMatMul\nCost: 5000\n---\nStep 4\nTile: 64x128x16\nLat: 41943.0\nRowMajor", shape=ellipse, style=filled, fillcolor="#bae1ff"];
+     Op11 [label="Op 11\nMatMul\nCost: 5000\n---\nStep 4\nTile: 64x128x16\nLat: 41943.0\nRowMajor", shape=ellipse, style=filled, fillcolor="#bae1ff"];
+     Op12 [label="Op 12\nMatMul\nCost: 5000\n---\nStep 9\nTile: 64x128x16\nLat: 41943.0\nRowMajor", shape=ellipse, style=filled, fillcolor="#ffb3ba"];
+     Op13 [label="Op 13\nMatMul\nCost: 5000\n---\nStep 9\nTile: 64x128x16\nLat: 41943.0\nRowMajor", shape=ellipse, style=filled, fillcolor="#ffb3ba"];
+     Op14 [label="Op 14\nMatMul\nCost: 5000\n---\nStep 9\nTile: 64x128x16\nLat: 41943.0\nRowMajor", shape=ellipse, style=filled, fillcolor="#ffb3ba"];
+     Op15 [label="Op 15\nMatMul\nCost: 5000\n---\nStep 10\nTile: 128x128x64\nLat: 42270.7\nNone", shape=ellipse, style=filled, fillcolor="#ffdfba"];
+     Op16 [label="Op 16\nMatMul\nCost: 5000\n---\nStep 10\nTile: 128x128x64\nLat: 42270.7\nNone", shape=ellipse, style=filled, fillcolor="#ffdfba"];
+     Op17 [label="Op 17\nMatMul\nCost: 5000\n---\nStep 10\nTile: 128x128x64\nLat: 42270.7\nNone", shape=ellipse, style=filled, fillcolor="#ffdfba"];
+     Op18 [label="Op 18\nMatMul\nCost: 5000\n---\nStep 1\nTile: 64x128x16\nLat: 42270.7\nRowMajor", shape=ellipse, style=filled, fillcolor="#ffdfba"];
+     Op19 [label="Op 19\nMatMul\nCost: 5000\n---\nStep 1\nTile: 64x128x16\nLat: 42270.7\nRowMajor", shape=ellipse, style=filled, fillcolor="#ffdfba"];
+     Op20 [label="Op 20\nMatMul\nCost: 5000\n---\nStep 1\nTile: 64x128x16\nLat: 42270.7\nRowMajor", shape=ellipse, style=filled, fillcolor="#ffdfba"];
+     Op21 [label="Op 21\nMatMul\nCost: 5000\n---\nStep 11\nTile: 128x128x64\nLat: 42270.7\nNone", shape=ellipse, style=filled, fillcolor="#ffffba"];
+     Op22 [label="Op 22\nMatMul\nCost: 5000\n---\nStep 11\nTile: 128x128x64\nLat: 42270.7\nNone", shape=ellipse, style=filled, fillcolor="#ffffba"];
+     Op23 [label="Op 23\nMatMul\nCost: 5000\n---\nStep 11\nTile: 128x128x64\nLat: 42270.7\nNone", shape=ellipse, style=filled, fillcolor="#ffffba"];
+     Op24 [label="Op 24\nMatMul\nCost: 5000\n---\nStep 12\nTile: 128x128x64\nLat: 42270.7\nNone", shape=ellipse, style=filled, fillcolor="#baffc9"];
+     Op25 [label="Op 25\nMatMul\nCost: 5000\n---\nStep 12\nTile: 128x128x64\nLat: 42270.7\nNone", shape=ellipse, style=filled, fillcolor="#baffc9"];
+     Op26 [label="Op 26\nMatMul\nCost: 5000\n---\nStep 12\nTile: 128x128x64\nLat: 42270.7\nNone", shape=ellipse, style=filled, fillcolor="#baffc9"];
+     Op27 [label="Op 27\nMatMul\nCost: 5000\n---\nStep 7\nTile: 64x128x16\nLat: 42270.7\nRowMajor", shape=ellipse, style=filled, fillcolor="#c2c2f0"];
+     Op28 [label="Op 28\nMatMul\nCost: 5000\n---\nStep 7\nTile: 64x128x16\nLat: 42270.7\nRowMajor", shape=ellipse, style=filled, fillcolor="#c2c2f0"];
+     Op29 [label="Op 29\nMatMul\nCost: 5000\n---\nStep 7\nTile: 64x128x16\nLat: 42270.7\nRowMajor", shape=ellipse, style=filled, fillcolor="#c2c2f0"];
+     Op30 [label="Op 30\nMatMul\nCost: 5000\n---\nStep 13\nTile: 128x128x16\nLat: 42926.1\nNone", shape=ellipse, style=filled, fillcolor="#bae1ff"];
+     Op31 [label="Op 31\nMatMul\nCost: 5000\n---\nStep 13\nTile: 128x128x16\nLat: 42926.1\nNone", shape=ellipse, style=filled, fillcolor="#bae1ff"];
+     Op32 [label="Op 32\nMatMul\nCost: 5000\n---\nStep 13\nTile: 128x128x16\nLat: 42926.1\nNone", shape=ellipse, style=filled, fillcolor="#bae1ff"];
+     Op33 [label="Op 33\nMatMul\nCost: 5000\n---\nStep 8\nTile: 64x128x16\nLat: 42270.7\nRowMajor", shape=ellipse, style=filled, fillcolor="#ffb3e6"];
+     Op34 [label="Op 34\nMatMul\nCost: 5000\n---\nStep 8\nTile: 64x128x16\nLat: 42270.7\nRowMajor", shape=ellipse, style=filled, fillcolor="#ffb3e6"];
+     Op35 [label="Op 35\nMatMul\nCost: 5000\n---\nStep 8\nTile: 64x128x16\nLat: 42270.7\nRowMajor", shape=ellipse, style=filled, fillcolor="#ffb3e6"];
+     Op36 [label="Op 36\nMatMul\nCost: 5000\n---\nStep 6\nTile: 64x128x16\nLat: 42270.7\nRowMajor", shape=ellipse, style=filled, fillcolor="#ffbaff"];
+     Op37 [label="Op 37\nMatMul\nCost: 5000\n---\nStep 6\nTile: 64x128x16\nLat: 42270.7\nRowMajor", shape=ellipse, style=filled, fillcolor="#ffbaff"];
+     Op38 [label="Op 38\nMatMul\nCost: 5000\n---\nStep 6\nTile: 64x128x16\nLat: 42270.7\nRowMajor", shape=ellipse, style=filled, fillcolor="#ffbaff"];
+     Op39 [label="Op 39\nMatMul\nCost: 5000\n---\nStep 14\nTile: 64x128x16\nLat: 41943.0\nRowMajor", shape=ellipse, style=filled, fillcolor="#e8baff"];
+     Op40 [label="Op 40\nMatMul\nCost: 5000\n---\nStep 14\nTile: 64x128x16\nLat: 41943.0\nRowMajor", shape=ellipse, style=filled, fillcolor="#e8baff"];
+     Op41 [label="Op 41\nMatMul\nCost: 5000\n---\nStep 14\nTile: 64x128x16\nLat: 41943.0\nRowMajor", shape=ellipse, style=filled, fillcolor="#e8baff"];
+     Op42 [label="Op 42\nMatMul\nCost: 5000\n---\nStep 15\nTile: 128x128x16\nLat: 42926.1\nNone", shape=ellipse, style=filled, fillcolor="#ffbaff"];
+     Op43 [label="Op 43\nMatMul\nCost: 5000\n---\nStep 15\nTile: 128x128x16\nLat: 42926.1\nNone", shape=ellipse, style=filled, fillcolor="#ffbaff"];
+     Op44 [label="Op 44\nMatMul\nCost: 5000\n---\nStep 15\nTile: 128x128x16\nLat: 42926.1\nNone", shape=ellipse, style=filled, fillcolor="#ffbaff"];
+     Op45 [label="Op 45\nMatMul\nCost: 5000\n---\nStep 3\nTile: 64x128x16\nLat: 42270.7\nRowMajor", shape=ellipse, style=filled, fillcolor="#baffc9"];
+     Op46 [label="Op 46\nMatMul\nCost: 5000\n---\nStep 3\nTile: 64x128x16\nLat: 42270.7\nRowMajor", shape=ellipse, style=filled, fillcolor="#baffc9"];
+     Op47 [label="Op 47\nMatMul\nCost: 5000\n---\nStep 3\nTile: 64x128x16\nLat: 42270.7\nRowMajor", shape=ellipse, style=filled, fillcolor="#baffc9"];
+     Op48 [label="Op 48\nPointwise\nCost: 100\n---\nStep 5\nTile: 128x128x16\nLat: 42926.1\nNone", shape=ellipse, style=filled, fillcolor="#e8baff"];
+     Op49 [label="Op 49\nPointwise\nCost: 100\n---\nStep 5\nTile: 128x128x16\nLat: 42926.1\nNone", shape=ellipse, style=filled, fillcolor="#e8baff"];
+     Op50 [label="Op 50\nPointwise\nCost: 100\n---\nStep 5\nTile: 128x128x16\nLat: 42926.1\nNone", shape=ellipse, style=filled, fillcolor="#e8baff"];
+     Op51 [label="Op 51\nPointwise\nCost: 100\n---\nStep 10\nTile: 128x128x64\nLat: 42270.7\nNone", shape=ellipse, style=filled, fillcolor="#ffdfba"];
+     Op52 [label="Op 52\nPointwise\nCost: 100\n---\nStep 10\nTile: 128x128x64\nLat: 42270.7\nNone", shape=ellipse, style=filled, fillcolor="#ffdfba"];
+     Op53 [label="Op 53\nPointwise\nCost: 100\n---\nStep 11\nTile: 128x128x64\nLat: 42270.7\nNone", shape=ellipse, style=filled, fillcolor="#ffffba"];
+     Op54 [label="Op 54\nPointwise\nCost: 100\n---\nStep 11\nTile: 128x128x64\nLat: 42270.7\nNone", shape=ellipse, style=filled, fillcolor="#ffffba"];
+     Op55 [label="Op 55\nPointwise\nCost: 100\n---\nStep 12\nTile: 128x128x64\nLat: 42270.7\nNone", shape=ellipse, style=filled, fillcolor="#baffc9"];
+     Op56 [label="Op 56\nPointwise\nCost: 100\n---\nStep 12\nTile: 128x128x64\nLat: 42270.7\nNone", shape=ellipse, style=filled, fillcolor="#baffc9"];
+     Op57 [label="Op 57\nPointwise\nCost: 100\n---\nStep 13\nTile: 128x128x16\nLat: 42926.1\nNone", shape=ellipse, style=filled, fillcolor="#bae1ff"];
+     Op58 [label="Op 58\nPointwise\nCost: 100\n---\nStep 13\nTile: 128x128x16\nLat: 42926.1\nNone", shape=ellipse, style=filled, fillcolor="#bae1ff"];
+     Op59 [label="Op 59\nPointwise\nCost: 100\n---\nStep 13\nTile: 128x128x16\nLat: 42926.1\nNone", shape=ellipse, style=filled, fillcolor="#bae1ff"];
+     Op60 [label="Op 60\nPointwise\nCost: 100\n---\nStep 15\nTile: 128x128x16\nLat: 42926.1\nNone", shape=ellipse, style=filled, fillcolor="#ffbaff"];
+     Op61 [label="Op 61\nPointwise\nCost: 100\n---\nStep 15\nTile: 128x128x16\nLat: 42926.1\nNone", shape=ellipse, style=filled, fillcolor="#ffbaff"];
+     Op62 [label="Op 62\nPointwise\nCost: 100\n---\nStep 15\nTile: 128x128x16\nLat: 42926.1\nNone", shape=ellipse, style=filled, fillcolor="#ffbaff"];

    // --- Data Edges ---
    T2 -> Op0;
    T0 -> Op0;
    Op0 -> T34;
    T34 -> Op1;
    T1 -> Op1;
    Op1 -> T35;
    T35 -> Op2;
    T18 -> Op2;
    Op2 -> T36;
    T3 -> Op3;
    T0 -> Op3;
    Op3 -> T37;
    T37 -> Op4;
    T1 -> Op4;
    Op4 -> T38;
    T38 -> Op5;
    T19 -> Op5;
    Op5 -> T39;
    T4 -> Op6;
    T0 -> Op6;
    Op6 -> T40;
    T40 -> Op7;
    T1 -> Op7;
    Op7 -> T41;
    T41 -> Op8;
    T20 -> Op8;
    Op8 -> T42;
    T5 -> Op9;
    T0 -> Op9;
    Op9 -> T43;
    T43 -> Op10;
    T1 -> Op10;
    Op10 -> T44;
    T44 -> Op11;
    T21 -> Op11;
    Op11 -> T45;
    T6 -> Op12;
    T0 -> Op12;
    Op12 -> T46;
    T46 -> Op13;
    T1 -> Op13;
    Op13 -> T47;
    T47 -> Op14;
    T22 -> Op14;
    Op14 -> T48;
    T7 -> Op15;
    T0 -> Op15;
    Op15 -> T49;
    T49 -> Op16;
    T1 -> Op16;
    Op16 -> T50;
    T50 -> Op17;
    T23 -> Op17;
    Op17 -> T51;
    T8 -> Op18;
    T0 -> Op18;
    Op18 -> T52;
    T52 -> Op19;
    T1 -> Op19;
    Op19 -> T53;
    T53 -> Op20;
    T24 -> Op20;
    Op20 -> T54;
    T9 -> Op21;
    T0 -> Op21;
    Op21 -> T55;
    T55 -> Op22;
    T1 -> Op22;
    Op22 -> T56;
    T56 -> Op23;
    T25 -> Op23;
    Op23 -> T57;
    T10 -> Op24;
    T0 -> Op24;
    Op24 -> T58;
    T58 -> Op25;
    T1 -> Op25;
    Op25 -> T59;
    T59 -> Op26;
    T26 -> Op26;
    Op26 -> T60;
    T11 -> Op27;
    T0 -> Op27;
    Op27 -> T61;
    T61 -> Op28;
    T1 -> Op28;
    Op28 -> T62;
    T62 -> Op29;
    T27 -> Op29;
    Op29 -> T63;
    T12 -> Op30;
    T0 -> Op30;
    Op30 -> T64;
    T64 -> Op31;
    T1 -> Op31;
    Op31 -> T65;
    T65 -> Op32;
    T28 -> Op32;
    Op32 -> T66;
    T13 -> Op33;
    T0 -> Op33;
    Op33 -> T67;
    T67 -> Op34;
    T1 -> Op34;
    Op34 -> T68;
    T68 -> Op35;
    T29 -> Op35;
    Op35 -> T69;
    T14 -> Op36;
    T0 -> Op36;
    Op36 -> T70;
    T70 -> Op37;
    T1 -> Op37;
    Op37 -> T71;
    T71 -> Op38;
    T30 -> Op38;
    Op38 -> T72;
    T15 -> Op39;
    T0 -> Op39;
    Op39 -> T73;
    T73 -> Op40;
    T1 -> Op40;
    Op40 -> T74;
    T74 -> Op41;
    T31 -> Op41;
    Op41 -> T75;
    T16 -> Op42;
    T0 -> Op42;
    Op42 -> T76;
    T76 -> Op43;
    T1 -> Op43;
    Op43 -> T77;
    T77 -> Op44;
    T32 -> Op44;
    Op44 -> T78;
    T17 -> Op45;
    T0 -> Op45;
    Op45 -> T79;
    T79 -> Op46;
    T1 -> Op46;
    Op46 -> T80;
    T80 -> Op47;
    T33 -> Op47;
    Op47 -> T81;
    T36 -> Op48;
    T39 -> Op48;
    Op48 -> T82;
    T82 -> Op49;
    T42 -> Op49;
    Op49 -> T83;
    T83 -> Op50;
    T45 -> Op50;
    Op50 -> T84;
    T84 -> Op51;
    T48 -> Op51;
    Op51 -> T85;
    T85 -> Op52;
    T51 -> Op52;
    Op52 -> T86;
    T86 -> Op53;
    T54 -> Op53;
    Op53 -> T87;
    T87 -> Op54;
    T57 -> Op54;
    Op54 -> T88;
    T88 -> Op55;
    T60 -> Op55;
    Op55 -> T89;
    T89 -> Op56;
    T63 -> Op56;
    Op56 -> T90;
    T90 -> Op57;
    T66 -> Op57;
    Op57 -> T91;
    T91 -> Op58;
    T69 -> Op58;
    Op58 -> T92;
    T92 -> Op59;
    T72 -> Op59;
    Op59 -> T93;
    T93 -> Op60;
    T75 -> Op60;
    Op60 -> T94;
    T94 -> Op61;
    T78 -> Op61;
    Op61 -> T95;
    T95 -> Op62;
    T81 -> Op62;
    Op62 -> T96;
}